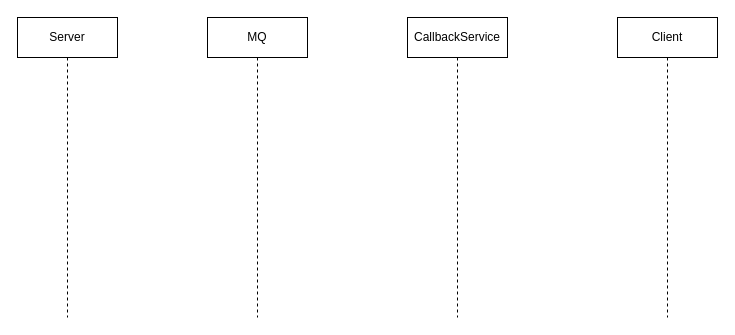
Before: CallbackService.drawio in HousionQ/draw, a draw.io diagram. Source tidied: cells renumbered, new cells numbered last; positions are measured from the earlier drawing's top-left corner, leaving out a move shared by most shapes. Both pictures are drawn from the tidied source at 100%, with x=0, y=0 at pixel (17, 17).
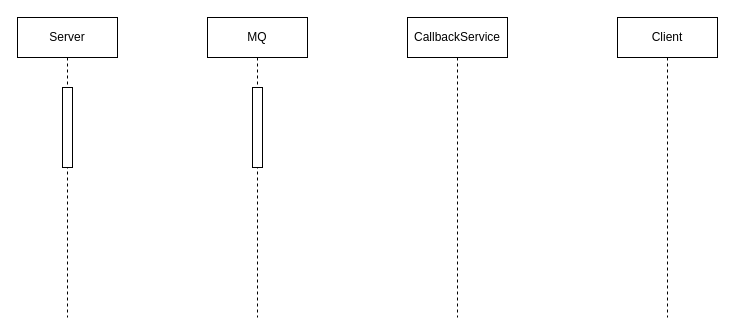
The same page after the edit.

What changed in the source:
```diff
@@
 <mxGraphModel>
   <root>
     <mxCell id="0" />
     <mxCell id="1" parent="0" />
     <mxCell id="2" value="Server" style="shape=umlLifeline;perimeter=lifelinePerimeter;whiteSpace=wrap;html=1;" parent="1" vertex="1">
       <mxGeometry width="100" height="300" as="geometry" />
     </mxCell>
+    <mxCell id="6" style="html=1;perimeter=orthogonalPerimeter;" parent="2" vertex="1">
+      <mxGeometry x="45" y="70" width="10" height="80" as="geometry" />
+    </mxCell>
     <mxCell id="3" value="MQ" style="shape=umlLifeline;perimeter=lifelinePerimeter;whiteSpace=wrap;html=1;" parent="1" vertex="1">
       <mxGeometry x="190" width="100" height="300" as="geometry" />
     </mxCell>
+    <mxCell id="7" style="html=1;perimeter=orthogonalPerimeter;" parent="3" vertex="1">
+      <mxGeometry x="45" y="70" width="10" height="80" as="geometry" />
+    </mxCell>
     <mxCell id="4" value="CallbackService" style="shape=umlLifeline;perimeter=lifelinePerimeter;whiteSpace=wrap;html=1;" parent="1" vertex="1">
       <mxGeometry x="390" width="100" height="300" as="geometry" />
     </mxCell>
     <mxCell id="5" value="Client" style="shape=umlLifeline;perimeter=lifelinePerimeter;whiteSpace=wrap;html=1;" parent="1" vertex="1">
       <mxGeometry x="600" width="100" height="300" as="geometry" />
     </mxCell>
   </root>
 </mxGraphModel>
```
